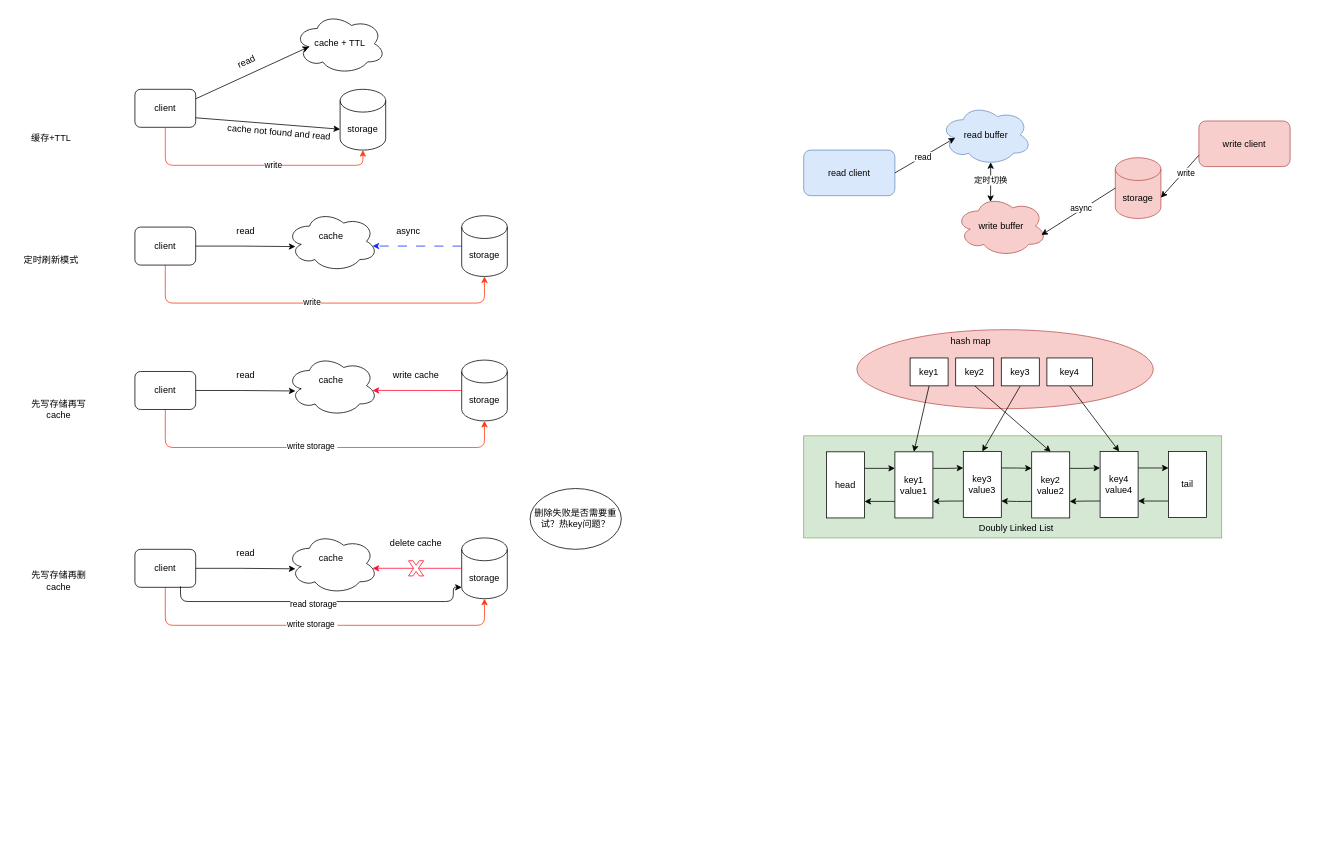
This is page "cache" (3 of 6) of source/diagrams/tech.drawio from wxquare/wxquare.github.io, a draw.io file, before an edit. Source tidied: cells renumbered, new cells numbered last; positions are measured from the earlier drawing's top-left corner, leaving out a move shared by most shapes. Both pictures are drawn from the tidied source at 76%, with x=0, y=0 at pixel (13, 13).
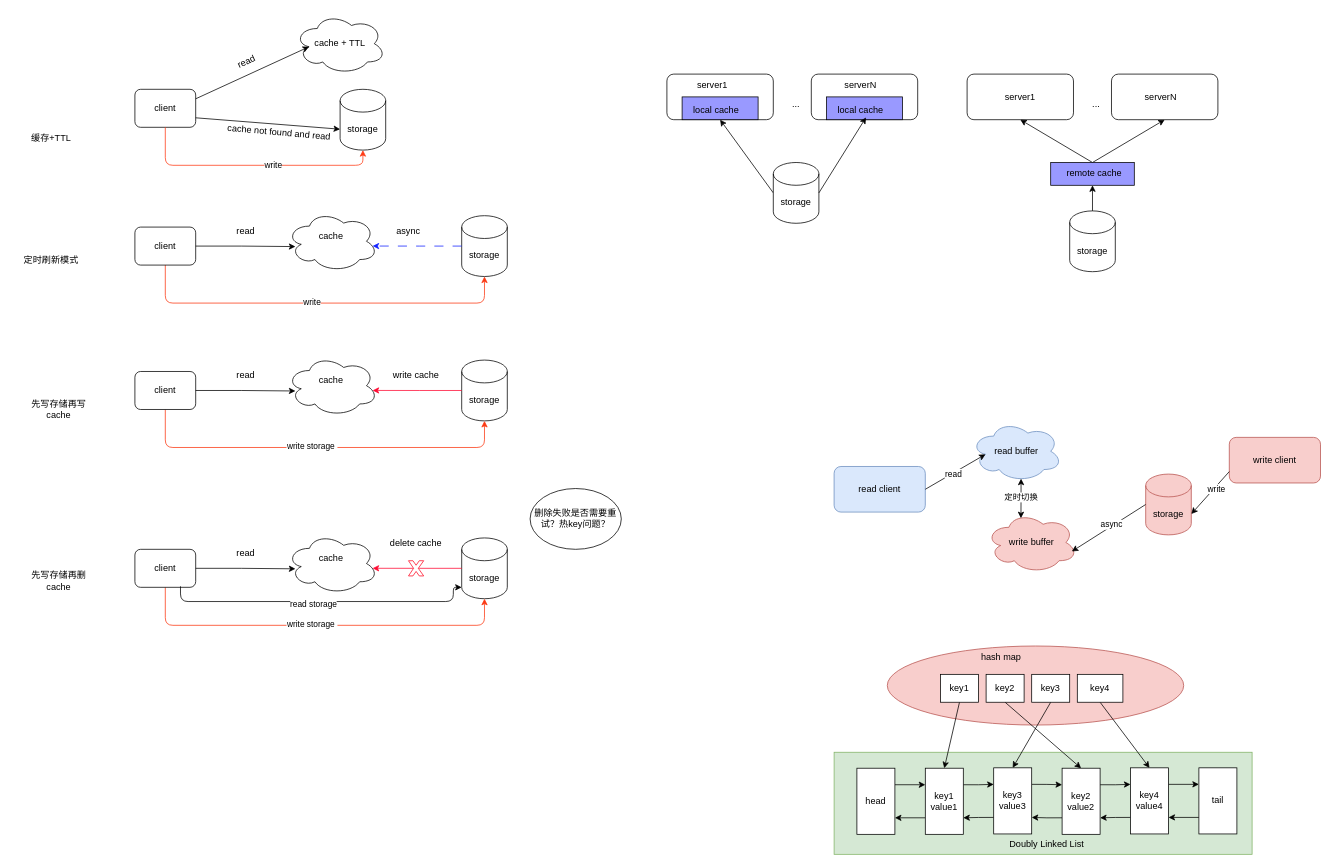
Above is the later version.

Change to the diagram source:
```diff
@@
     <mxCell id="2" style="rounded=0;whiteSpace=wrap;html=1;fillColor=#d5e8d4;strokeColor=#82b366;" parent="1" vertex="1">
-      <mxGeometry x="1040" y="556" width="550" height="134.3" as="geometry" />
+      <mxGeometry x="1080" y="972.3" width="550" height="134.3" as="geometry" />
     </mxCell>
     <mxCell id="3" style="ellipse;whiteSpace=wrap;html=1;fillColor=#f8cecc;strokeColor=#b85450;" parent="1" vertex="1">
-      <mxGeometry x="1110" y="416.3" width="390" height="104" as="geometry" />
+      <mxGeometry x="1150" y="832.5" width="390" height="104" as="geometry" />
     </mxCell>
@@
     <mxCell id="48" value="read buffer" style="ellipse;shape=cloud;whiteSpace=wrap;html=1;fillColor=#dae8fc;strokeColor=#6c8ebf;" parent="1" vertex="1">
-      <mxGeometry x="1220" y="120" width="120" height="80" as="geometry" />
+      <mxGeometry x="1260" y="536.3" width="120" height="80" as="geometry" />
     </mxCell>
     <mxCell id="49" value="write buffer" style="ellipse;shape=cloud;whiteSpace=wrap;html=1;fillColor=#f8cecc;strokeColor=#b85450;" parent="1" vertex="1">
-      <mxGeometry x="1240" y="240" width="120" height="80" as="geometry" />
+      <mxGeometry x="1280" y="656.3" width="120" height="80" as="geometry" />
     </mxCell>
     <mxCell id="50" value="read client" style="rounded=1;whiteSpace=wrap;html=1;fillColor=#dae8fc;strokeColor=#6c8ebf;" parent="1" vertex="1">
-      <mxGeometry x="1040" y="180" width="120" height="60" as="geometry" />
+      <mxGeometry x="1080" y="596.3" width="120" height="60" as="geometry" />
     </mxCell>
     <mxCell id="51" value="storage" style="shape=cylinder3;whiteSpace=wrap;html=1;boundedLbl=1;backgroundOutline=1;size=15;fillColor=#f8cecc;strokeColor=#b85450;" parent="1" vertex="1">
-      <mxGeometry x="1450" y="190" width="60" height="80" as="geometry" />
+      <mxGeometry x="1490" y="606.3" width="60" height="80" as="geometry" />
     </mxCell>
     <mxCell id="52" value="write client" style="rounded=1;whiteSpace=wrap;html=1;fillColor=#f8cecc;strokeColor=#b85450;" parent="1" vertex="1">
-      <mxGeometry x="1560" y="141.7" width="120" height="60" as="geometry" />
+      <mxGeometry x="1600" y="558" width="120" height="60" as="geometry" />
     </mxCell>
@@
     <mxCell id="62" value="key1" style="rounded=0;whiteSpace=wrap;html=1;" parent="1" vertex="1">
-      <mxGeometry x="1180" y="453.5" width="50" height="36.7" as="geometry" />
+      <mxGeometry x="1220" y="869.8" width="50" height="36.7" as="geometry" />
     </mxCell>
@@
     <mxCell id="64" value="key2" style="rounded=0;whiteSpace=wrap;html=1;" parent="1" vertex="1">
-      <mxGeometry x="1240" y="453.5" width="50" height="36.7" as="geometry" />
+      <mxGeometry x="1280" y="869.8" width="50" height="36.7" as="geometry" />
     </mxCell>
@@
     <mxCell id="66" value="key3" style="rounded=0;whiteSpace=wrap;html=1;" parent="1" vertex="1">
-      <mxGeometry x="1300" y="453.5" width="50" height="36.7" as="geometry" />
+      <mxGeometry x="1340" y="869.8" width="50" height="36.7" as="geometry" />
     </mxCell>
@@
     <mxCell id="68" value="key4" style="rounded=0;whiteSpace=wrap;html=1;" parent="1" vertex="1">
-      <mxGeometry x="1360" y="453.5" width="60" height="36.7" as="geometry" />
+      <mxGeometry x="1400" y="869.8" width="60" height="36.7" as="geometry" />
     </mxCell>
@@
     <mxCell id="71" value="key1&lt;div&gt;value1&lt;/div&gt;" style="rounded=0;whiteSpace=wrap;html=1;" parent="1" vertex="1">
-      <mxGeometry x="1160" y="577" width="50" height="87" as="geometry" />
+      <mxGeometry x="1200" y="993.3" width="50" height="87" as="geometry" />
     </mxCell>
@@
     <mxCell id="74" value="key3&lt;div&gt;value3&lt;/div&gt;" style="rounded=0;whiteSpace=wrap;html=1;" parent="1" vertex="1">
-      <mxGeometry x="1250" y="576.5" width="50" height="87" as="geometry" />
+      <mxGeometry x="1290" y="992.8" width="50" height="87" as="geometry" />
     </mxCell>
@@
     <mxCell id="77" value="key2&lt;div&gt;value2&lt;/div&gt;" style="rounded=0;whiteSpace=wrap;html=1;" parent="1" vertex="1">
-      <mxGeometry x="1340" y="577" width="50" height="87" as="geometry" />
+      <mxGeometry x="1380" y="993.3" width="50" height="87" as="geometry" />
     </mxCell>
@@
     <mxCell id="80" value="key4&lt;div&gt;value4&lt;/div&gt;" style="rounded=0;whiteSpace=wrap;html=1;" parent="1" vertex="1">
-      <mxGeometry x="1430" y="576.5" width="50" height="87" as="geometry" />
+      <mxGeometry x="1470" y="992.8" width="50" height="87" as="geometry" />
     </mxCell>
@@
     <mxCell id="82" value="head" style="rounded=0;whiteSpace=wrap;html=1;" parent="1" vertex="1">
-      <mxGeometry x="1070" y="577" width="50" height="87" as="geometry" />
+      <mxGeometry x="1110" y="993.3" width="50" height="87" as="geometry" />
     </mxCell>
@@
     <mxCell id="84" value="tail" style="rounded=0;whiteSpace=wrap;html=1;" parent="1" vertex="1">
-      <mxGeometry x="1520" y="576.5" width="50" height="87" as="geometry" />
+      <mxGeometry x="1560" y="992.8" width="50" height="87" as="geometry" />
     </mxCell>
     <mxCell id="85" value="hash map" style="text;html=1;align=center;verticalAlign=middle;whiteSpace=wrap;rounded=0;" parent="1" vertex="1">
-      <mxGeometry x="1230" y="416.3" width="60" height="30" as="geometry" />
+      <mxGeometry x="1270" y="832.5" width="60" height="30" as="geometry" />
     </mxCell>
     <mxCell id="86" value="Doubly Linked List" style="text;html=1;align=center;verticalAlign=middle;whiteSpace=wrap;rounded=0;" parent="1" vertex="1">
-      <mxGeometry x="1250" y="665.5" width="140" height="24.7" as="geometry" />
+      <mxGeometry x="1290" y="1081.8" width="140" height="24.7" as="geometry" />
     </mxCell>
+    <mxCell id="87" style="rounded=1;whiteSpace=wrap;html=1;" parent="1" vertex="1">
+      <mxGeometry x="860" y="80" width="140" height="60" as="geometry" />
+    </mxCell>
+    <mxCell id="88" style="rounded=0;jettySize=auto;html=1;exitX=0;exitY=0.5;exitDx=0;exitDy=0;exitPerimeter=0;entryX=0.5;entryY=1;entryDx=0;entryDy=0;" parent="1" edge="1" source="89" target="90">
+      <mxGeometry relative="1" as="geometry" />
+    </mxCell>
+    <mxCell id="89" value="storage" style="shape=cylinder3;whiteSpace=wrap;html=1;boundedLbl=1;backgroundOutline=1;size=15;" parent="1" vertex="1">
+      <mxGeometry x="1000" y="196.3" width="60" height="80" as="geometry" />
+    </mxCell>
+    <mxCell id="90" style="rounded=0;whiteSpace=wrap;html=1;fillColor=#9999FF;" parent="1" vertex="1">
+      <mxGeometry x="880" y="110" width="100" height="30" as="geometry" />
+    </mxCell>
+    <mxCell id="91" value="local cache" style="text;html=1;strokeColor=none;fillColor=none;align=center;verticalAlign=middle;whiteSpace=wrap;rounded=0;" parent="1" vertex="1">
+      <mxGeometry x="890" y="120" width="70" height="15" as="geometry" />
+    </mxCell>
+    <mxCell id="92" style="rounded=1;whiteSpace=wrap;html=1;" parent="1" vertex="1">
+      <mxGeometry x="1050" y="80" width="140" height="60" as="geometry" />
+    </mxCell>
+    <mxCell id="93" style="rounded=0;whiteSpace=wrap;html=1;fillColor=#9999FF;" parent="1" vertex="1">
+      <mxGeometry x="1070" y="110" width="100" height="30" as="geometry" />
+    </mxCell>
+    <mxCell id="94" value="local cache" style="text;html=1;strokeColor=none;fillColor=none;align=center;verticalAlign=middle;whiteSpace=wrap;rounded=0;" parent="1" vertex="1">
+      <mxGeometry x="1080" y="120" width="70" height="15" as="geometry" />
+    </mxCell>
+    <mxCell id="95" value="server1" style="text;html=1;strokeColor=none;fillColor=none;align=center;verticalAlign=middle;whiteSpace=wrap;rounded=0;" parent="1" vertex="1">
+      <mxGeometry x="890" y="80" width="60" height="30" as="geometry" />
+    </mxCell>
+    <mxCell id="96" value="serverN" style="text;html=1;strokeColor=none;fillColor=none;align=center;verticalAlign=middle;whiteSpace=wrap;rounded=0;" parent="1" vertex="1">
+      <mxGeometry x="1085" y="80" width="60" height="30" as="geometry" />
+    </mxCell>
+    <mxCell id="97" value="..." style="text;html=1;strokeColor=none;fillColor=none;align=center;verticalAlign=middle;whiteSpace=wrap;rounded=0;" parent="1" vertex="1">
+      <mxGeometry x="1000" y="105" width="60" height="30" as="geometry" />
+    </mxCell>
+    <mxCell id="98" style="rounded=0;jettySize=auto;html=1;exitX=1;exitY=0.5;exitDx=0;exitDy=0;exitPerimeter=0;entryX=0.6;entryY=1.133;entryDx=0;entryDy=0;entryPerimeter=0;" parent="1" edge="1" source="89" target="94">
+      <mxGeometry relative="1" as="geometry" />
+    </mxCell>
+    <mxCell id="99" style="rounded=1;whiteSpace=wrap;html=1;" parent="1" vertex="1">
+      <mxGeometry x="1255" y="80" width="140" height="60" as="geometry" />
+    </mxCell>
+    <mxCell id="100" style="edgeStyle=orthogonalEdgeStyle;rounded=0;jettySize=auto;html=1;exitX=0.5;exitY=0;exitDx=0;exitDy=0;exitPerimeter=0;entryX=0.5;entryY=1;entryDx=0;entryDy=0;" parent="1" edge="1" source="101" target="104">
+      <mxGeometry relative="1" as="geometry" />
+    </mxCell>
+    <mxCell id="101" value="storage" style="shape=cylinder3;whiteSpace=wrap;html=1;boundedLbl=1;backgroundOutline=1;size=15;" parent="1" vertex="1">
+      <mxGeometry x="1390" y="260" width="60" height="80" as="geometry" />
+    </mxCell>
+    <mxCell id="102" style="rounded=0;jettySize=auto;html=1;exitX=0.5;exitY=0;exitDx=0;exitDy=0;entryX=0.5;entryY=1;entryDx=0;entryDy=0;" parent="1" edge="1" source="104" target="99">
+      <mxGeometry relative="1" as="geometry" />
+    </mxCell>
+    <mxCell id="103" style="rounded=0;jettySize=auto;html=1;exitX=0.5;exitY=0;exitDx=0;exitDy=0;entryX=0.5;entryY=1;entryDx=0;entryDy=0;" parent="1" edge="1" source="104" target="105">
+      <mxGeometry relative="1" as="geometry" />
+    </mxCell>
+    <mxCell id="104" style="rounded=0;whiteSpace=wrap;html=1;fillColor=#9999FF;" parent="1" vertex="1">
+      <mxGeometry x="1365" y="196.3" width="110" height="30" as="geometry" />
+    </mxCell>
+    <mxCell id="105" style="rounded=1;whiteSpace=wrap;html=1;" parent="1" vertex="1">
+      <mxGeometry x="1445" y="80" width="140" height="60" as="geometry" />
+    </mxCell>
+    <mxCell id="106" value="server1" style="text;html=1;strokeColor=none;fillColor=none;align=center;verticalAlign=middle;whiteSpace=wrap;rounded=0;" parent="1" vertex="1">
+      <mxGeometry x="1295" y="95" width="60" height="30" as="geometry" />
+    </mxCell>
+    <mxCell id="107" value="serverN" style="text;html=1;strokeColor=none;fillColor=none;align=center;verticalAlign=middle;whiteSpace=wrap;rounded=0;" parent="1" vertex="1">
+      <mxGeometry x="1480" y="95" width="60" height="30" as="geometry" />
+    </mxCell>
+    <mxCell id="108" value="..." style="text;html=1;strokeColor=none;fillColor=none;align=center;verticalAlign=middle;whiteSpace=wrap;rounded=0;" parent="1" vertex="1">
+      <mxGeometry x="1395" y="105" width="60" height="30" as="geometry" />
+    </mxCell>
+    <mxCell id="109" value="remote cache" style="text;html=1;strokeColor=none;fillColor=none;align=center;verticalAlign=middle;whiteSpace=wrap;rounded=0;" parent="1" vertex="1">
+      <mxGeometry x="1380" y="203.8" width="85" height="15" as="geometry" />
+    </mxCell>
```
